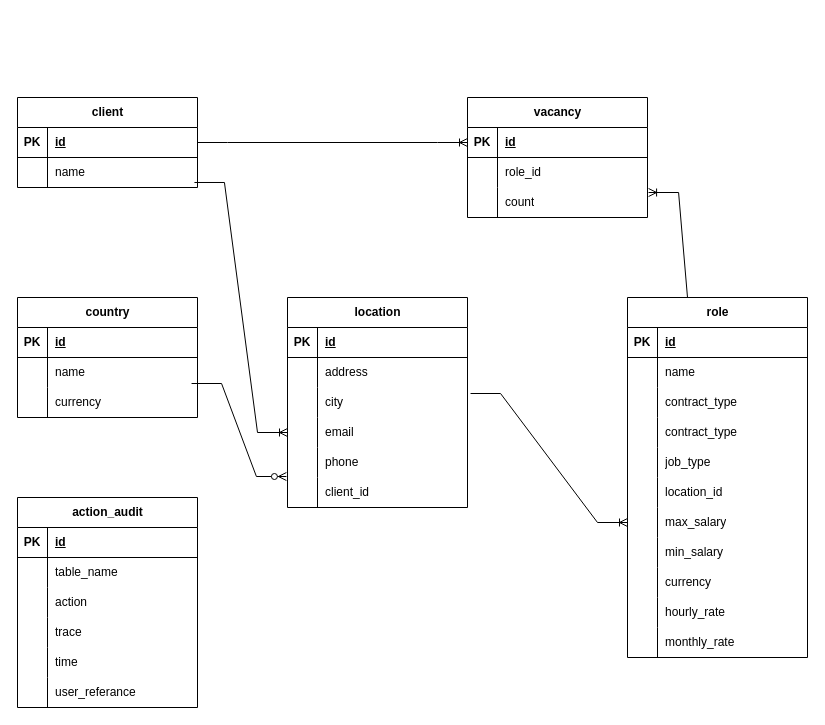
Before: ER.drawio in peguses/education, a draw.io diagram. Source tidied: cells renumbered, new cells numbered last; positions are measured from the earlier drawing's top-left corner, leaving out a move shared by most shapes. Both pictures are drawn from the tidied source at 100%, with x=0, y=0 at pixel (17, 97).
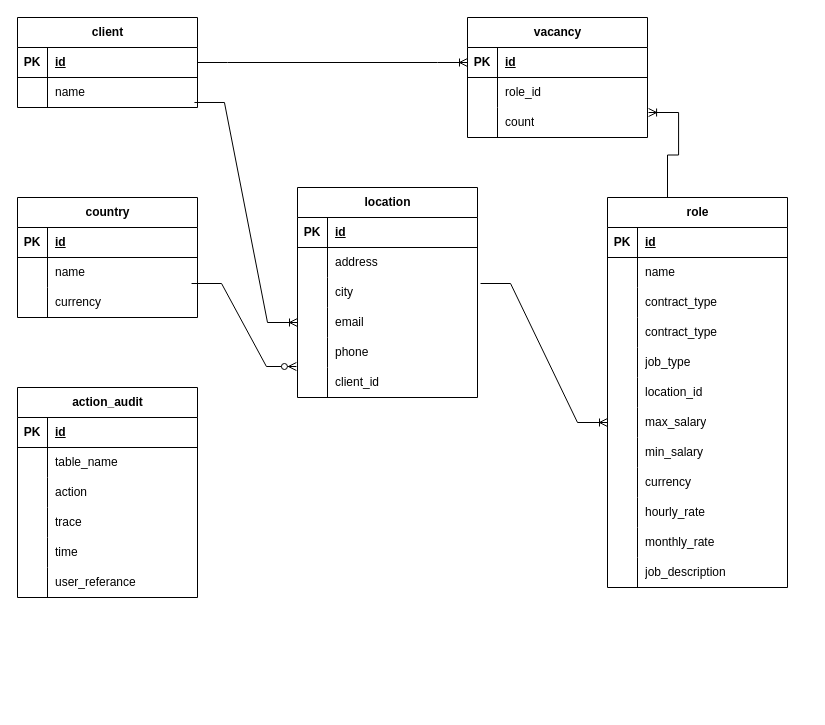
The same page after the edit.

What changed in the source:
```diff
@@
     <mxCell id="2" value="client" style="shape=table;startSize=30;childLayout=tableLayout;rowLines=0;fontStyle=1;align=center;html=1;" parent="1" vertex="1">
-      <mxGeometry width="180" height="90" as="geometry" />
+      <mxGeometry y="-80" width="180" height="90" as="geometry" />
     </mxCell>
@@
     <mxCell id="9" value="country" style="shape=table;startSize=30;childLayout=tableLayout;rowLines=0;fontStyle=1;align=center;html=1;" parent="1" vertex="1">
-      <mxGeometry y="200" width="180" height="120" as="geometry" />
+      <mxGeometry y="100" width="180" height="120" as="geometry" />
     </mxCell>
@@
     <mxCell id="19" value="vacancy" style="shape=table;startSize=30;childLayout=tableLayout;rowLines=0;fontStyle=1;align=center;html=1;" parent="1" vertex="1">
-      <mxGeometry x="450" width="180" height="120" as="geometry" />
+      <mxGeometry x="450" y="-80" width="180" height="120" as="geometry" />
     </mxCell>
@@
     <mxCell id="29" value="role" style="shape=table;startSize=30;childLayout=tableLayout;rowLines=0;fontStyle=1;align=center;html=1;" parent="1" vertex="1">
-      <mxGeometry x="610" y="200" width="180" height="360" as="geometry" />
+      <mxGeometry x="590" y="100" width="180" height="390" as="geometry" />
     </mxCell>
@@
+    <mxCell id="106" style="shape=tableRow;horizontal=0;startSize=0;swimlaneHead=0;swimlaneBody=0;fillColor=none;top=0;left=0;right=0;bottom=0;" parent="29" vertex="1">
+      <mxGeometry y="360" width="180" height="30" as="geometry" />
+    </mxCell>
+    <mxCell id="107" style="shape=partialRectangle;fillColor=none;top=0;left=0;bottom=0;right=0;overflow=hidden;whiteSpace=wrap;html=1;" parent="106" vertex="1">
+      <mxGeometry width="30" height="30" as="geometry" />
+    </mxCell>
+    <mxCell id="108" value="job_description" style="shape=partialRectangle;fillColor=none;top=0;left=0;bottom=0;right=0;align=left;spacingLeft=6;overflow=hidden;whiteSpace=wrap;html=1;" parent="106" vertex="1">
+      <mxGeometry x="30" width="150" height="30" as="geometry" />
+    </mxCell>
     <mxCell id="63" value="location" style="shape=table;startSize=30;childLayout=tableLayout;rowLines=0;fontStyle=1;align=center;html=1;" parent="1" vertex="1">
-      <mxGeometry x="270" y="200" width="180" height="210" as="geometry" />
+      <mxGeometry x="280" y="90" width="180" height="210" as="geometry" />
     </mxCell>
@@
     <mxCell id="87" value="action_audit" style="shape=table;startSize=30;childLayout=tableLayout;rowLines=0;fontStyle=1;align=center;html=1;" parent="1" vertex="1">
-      <mxGeometry y="400" width="180" height="210" as="geometry" />
+      <mxGeometry y="290" width="180" height="210" as="geometry" />
     </mxCell>
```
